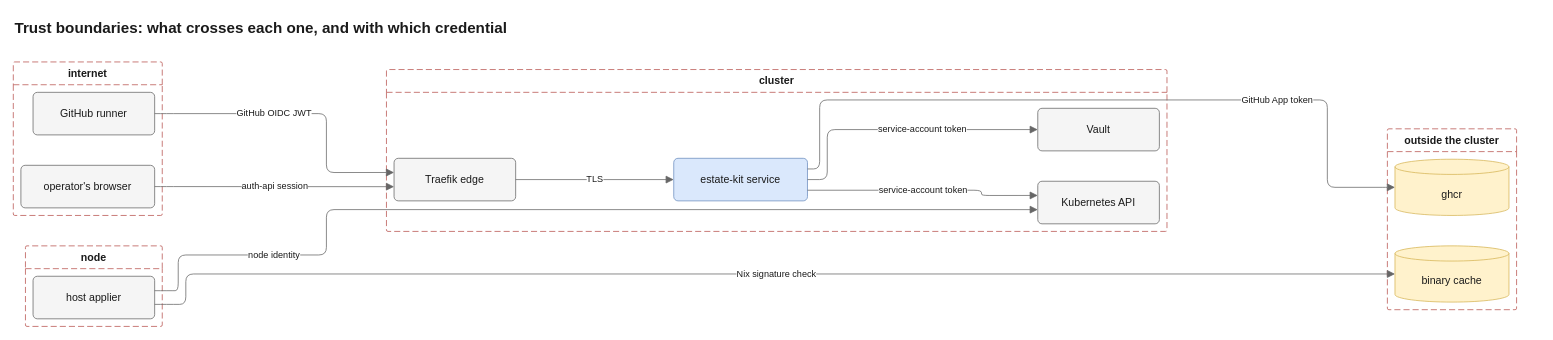
Before: docs/diagrams/src/trust-boundaries.drawio in JorisJonkers-dev/estate-kit, a draw.io diagram. Source tidied: cells renumbered, new cells numbered last; positions are measured from the earlier drawing's top-left corner, leaving out a move shared by most shapes. Both pictures are drawn from the tidied source at 76%, with x=0, y=0 at pixel (13, 13).
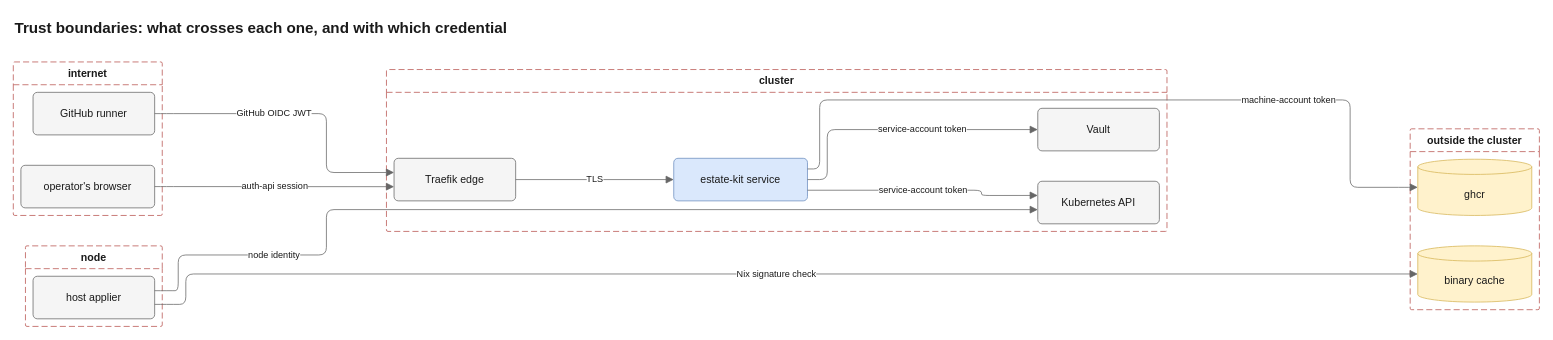
The same diagram, later.

The change refers to these unchanged cells:
```xml
<mxCell id="7" value="estate-kit service" style="rounded=1;arcSize=10;html=1;whiteSpace=wrap;fontSize=14;fontColor=light-dark(#1a1a1a,#e8e8e8);fillColor=light-dark(#dae8fc,#1f3a5f);strokeColor=light-dark(#6c8ebf,#7aa7e0);fontFamily=Helvetica;" parent="5" vertex="1">
  <mxGeometry x="378" y="116.8" width="176" height="56" as="geometry" />
</mxCell>
<mxCell id="14" value="host applier" style="rounded=1;arcSize=10;html=1;whiteSpace=wrap;fontSize=14;fontColor=light-dark(#1a1a1a,#e8e8e8);fillColor=light-dark(#f5f5f5,#2b2b2b);strokeColor=light-dark(#666666,#a8a8a8);fontFamily=Helvetica;" parent="13" vertex="1">
  <mxGeometry x="10" y="40" width="160" height="56" as="geometry" />
</mxCell>
<mxCell id="16" value="ghcr" style="shape=cylinder3;size=10;boundedLbl=1;backgroundOutline=1;html=1;whiteSpace=wrap;fontSize=14;fontColor=light-dark(#1a1a1a,#e8e8e8);fillColor=light-dark(#fff2cc,#3a3220);strokeColor=light-dark(#d6b656,#c9a74a);fontFamily=Helvetica;" parent="15" vertex="1">
  <mxGeometry x="10" y="40" width="150" height="74" as="geometry" />
</mxCell>
<mxCell id="17" value="binary cache" style="shape=cylinder3;size=10;boundedLbl=1;backgroundOutline=1;html=1;whiteSpace=wrap;fontSize=14;fontColor=light-dark(#1a1a1a,#e8e8e8);fillColor=light-dark(#fff2cc,#3a3220);strokeColor=light-dark(#d6b656,#c9a74a);fontFamily=Helvetica;" parent="15" vertex="1">
  <mxGeometry x="10" y="154" width="150" height="74" as="geometry" />
</mxCell>
```

The edit, as a diff of the source:
```diff
@@
     <mxCell id="15" value="outside the cluster" style="swimlane;startSize=30;rounded=1;arcSize=4;absoluteArcSize=1;dashed=1;dashPattern=8 4;html=1;whiteSpace=wrap;fontSize=14;fontColor=light-dark(#1a1a1a,#e8e8e8);fontStyle=1;fillColor=none;swimlaneFillColor=none;strokeColor=light-dark(#b85450,#d47a7a);fontFamily=Helvetica;" parent="1" vertex="1">
-      <mxGeometry x="1808" y="152" width="170" height="238" as="geometry" />
+      <mxGeometry x="1838" y="152" width="170" height="238" as="geometry" />
     </mxCell>
@@
-    <mxCell id="20" value="GitHub App token" style="html=1;rounded=1;fontSize=14;fontSize=12;fontColor=light-dark(#1a1a1a,#e8e8e8);strokeColor=light-dark(#666666,#a8a8a8);endArrow=block;endFill=1;endSize=8;curved=0;exitX=1;exitY=0.25;entryX=0;entryY=0.5;edgeStyle=orthogonalEdgeStyle;fontFamily=Helvetica;labelBackgroundColor=light-dark(#ffffff,#1e1e1e);" parent="1" edge="1" source="7" target="16">
+    <mxCell id="20" value="machine-account token" style="html=1;rounded=1;fontSize=14;fontSize=12;fontColor=light-dark(#1a1a1a,#e8e8e8);strokeColor=light-dark(#666666,#a8a8a8);endArrow=block;endFill=1;endSize=8;curved=0;exitX=1;exitY=0.25;entryX=0;entryY=0.5;edgeStyle=orthogonalEdgeStyle;fontFamily=Helvetica;labelBackgroundColor=light-dark(#ffffff,#1e1e1e);" parent="1" edge="1" source="7" target="16">
       <mxGeometry relative="1" as="geometry">
         <Array as="points">
           <mxPoint x="1061" y="204.8" />
           <mxPoint x="1061" y="114" />
-          <mxPoint x="1729" y="114" />
-          <mxPoint x="1729" y="229" />
-          <mxPoint x="1803" y="229" />
+          <mxPoint x="1759" y="114" />
+          <mxPoint x="1759" y="229" />
+          <mxPoint x="1833" y="229" />
         </Array>
         <mxPoint x="219.4" as="offset" />
       </mxGeometry>
     </mxCell>
@@
     <mxCell id="22" value="Nix signature check" style="html=1;rounded=1;fontSize=14;fontSize=12;fontColor=light-dark(#1a1a1a,#e8e8e8);strokeColor=light-dark(#666666,#a8a8a8);endArrow=block;endFill=1;endSize=8;curved=0;exitX=1;exitY=0.6607;entryX=0;entryY=0.5;edgeStyle=orthogonalEdgeStyle;fontFamily=Helvetica;labelBackgroundColor=light-dark(#ffffff,#1e1e1e);" parent="1" edge="1" source="14" target="17">
       <mxGeometry relative="1" as="geometry">
         <Array as="points">
           <mxPoint x="201" y="383" />
           <mxPoint x="227" y="383" />
           <mxPoint x="227" y="343" />
-          <mxPoint x="1803" y="343" />
+          <mxPoint x="1833" y="343" />
         </Array>
-        <mxPoint x="22.5" as="offset" />
+        <mxPoint x="7.5" as="offset" />
       </mxGeometry>
     </mxCell>
     <mxCell id="23" value="Trust boundaries: what crosses each one, and with which credential" style="text;html=1;whiteSpace=wrap;align=left;verticalAlign=middle;fontSize=20;fontStyle=1;fontColor=light-dark(#1a1a1a,#e8e8e8);fontFamily=Helvetica;" parent="1" vertex="1">
-      <mxGeometry width="1978" height="36" as="geometry" />
+      <mxGeometry width="2008" height="36" as="geometry" />
     </mxCell>
```
